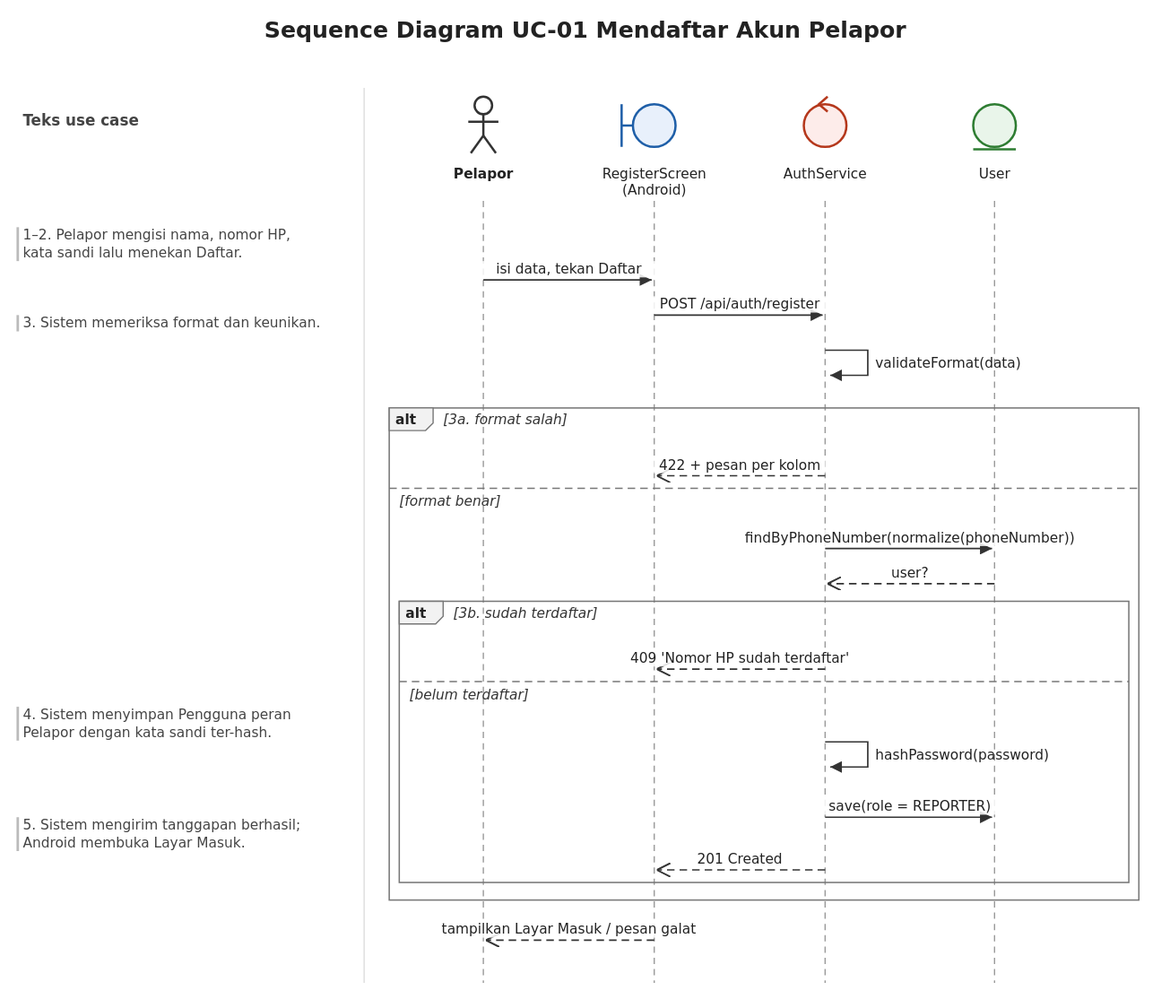
The PlantUML diagram specs/001-uc01-register-reporter/iconix/uc01-sequence.svg in wirapatigilang/laporapi-api-web, before a commit. Its source is kept beside it as specs/001-uc01-register-reporter/iconix/uc01-sequence.puml.
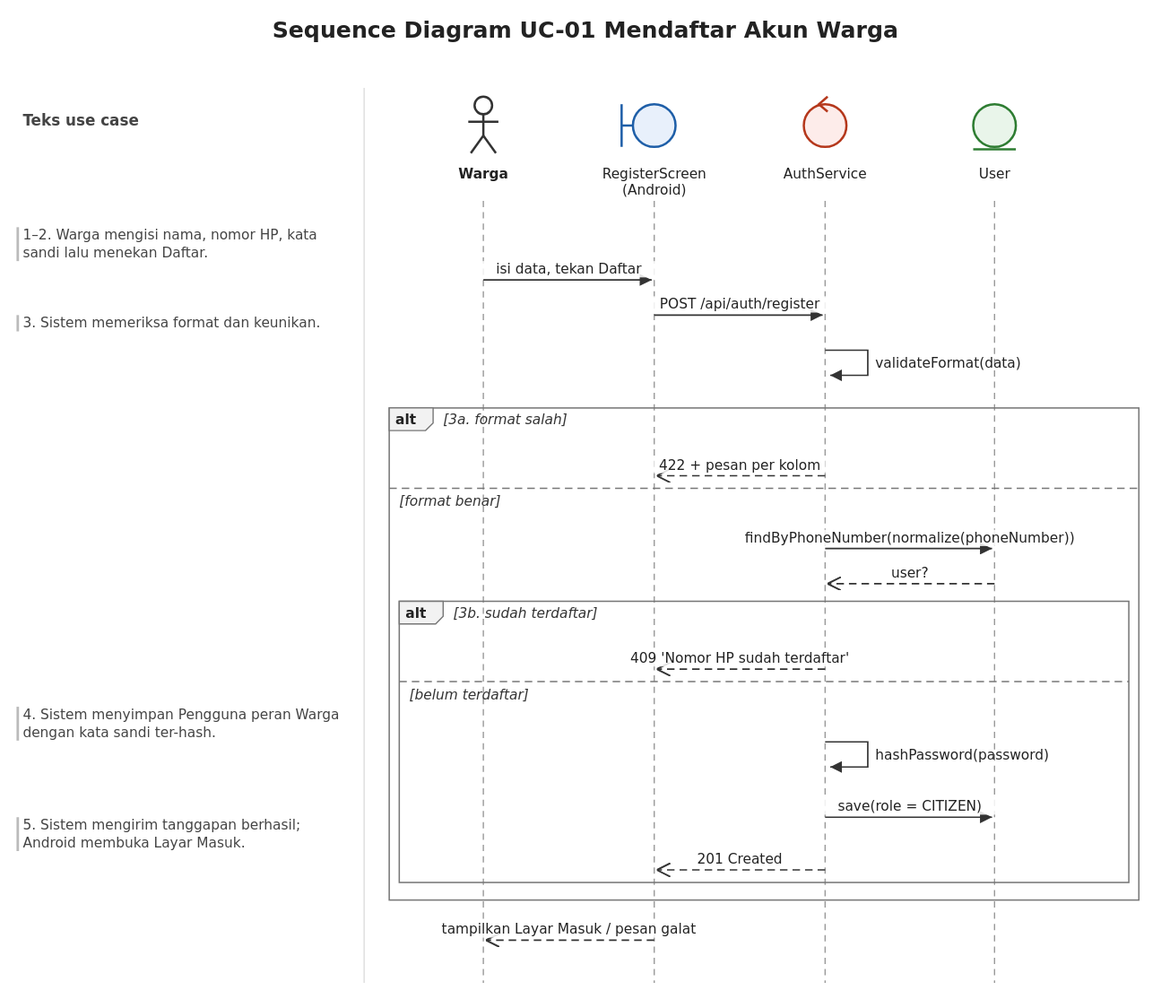
After the commit.

What changed in the source:
```diff
@@ -1,11 +1,11 @@
 @startuml
-title Sequence Diagram UC-01 Mendaftar Akun Pelapor
+title Sequence Diagram UC-01 Mendaftar Akun Warga
 autonumber
-actor "Pelapor" as pel
+actor "Warga" as pel
 boundary "RegisterScreen (Android)" as lyr
 control "AuthService" as auth
 entity "User" as png
-note over pel : 1–2. Pelapor mengisi nama, nomor HP, kata sandi lalu menekan Daftar.
+note over pel : 1–2. Warga mengisi nama, nomor HP, kata sandi lalu menekan Daftar.
 pel -> lyr : isi data, tekan Daftar
 lyr -> auth : POST /api/auth/register
 note over pel : 3. Sistem memeriksa format dan keunikan.
@@ -18,9 +18,9 @@
 alt 3b. sudah terdaftar
 auth --> lyr : 409 'Nomor HP sudah terdaftar'
 else belum terdaftar
-note over pel : 4. Sistem menyimpan Pengguna peran Pelapor dengan kata sandi ter-hash.
+note over pel : 4. Sistem menyimpan Pengguna peran Warga dengan kata sandi ter-hash.
 auth -> auth : hashPassword(password)
-auth -> png : save(role = REPORTER)
+auth -> png : save(role = CITIZEN)
 note over pel : 5. Sistem mengirim tanggapan berhasil; Android membuka Layar Masuk.
 auth --> lyr : 201 Created
 end
```
